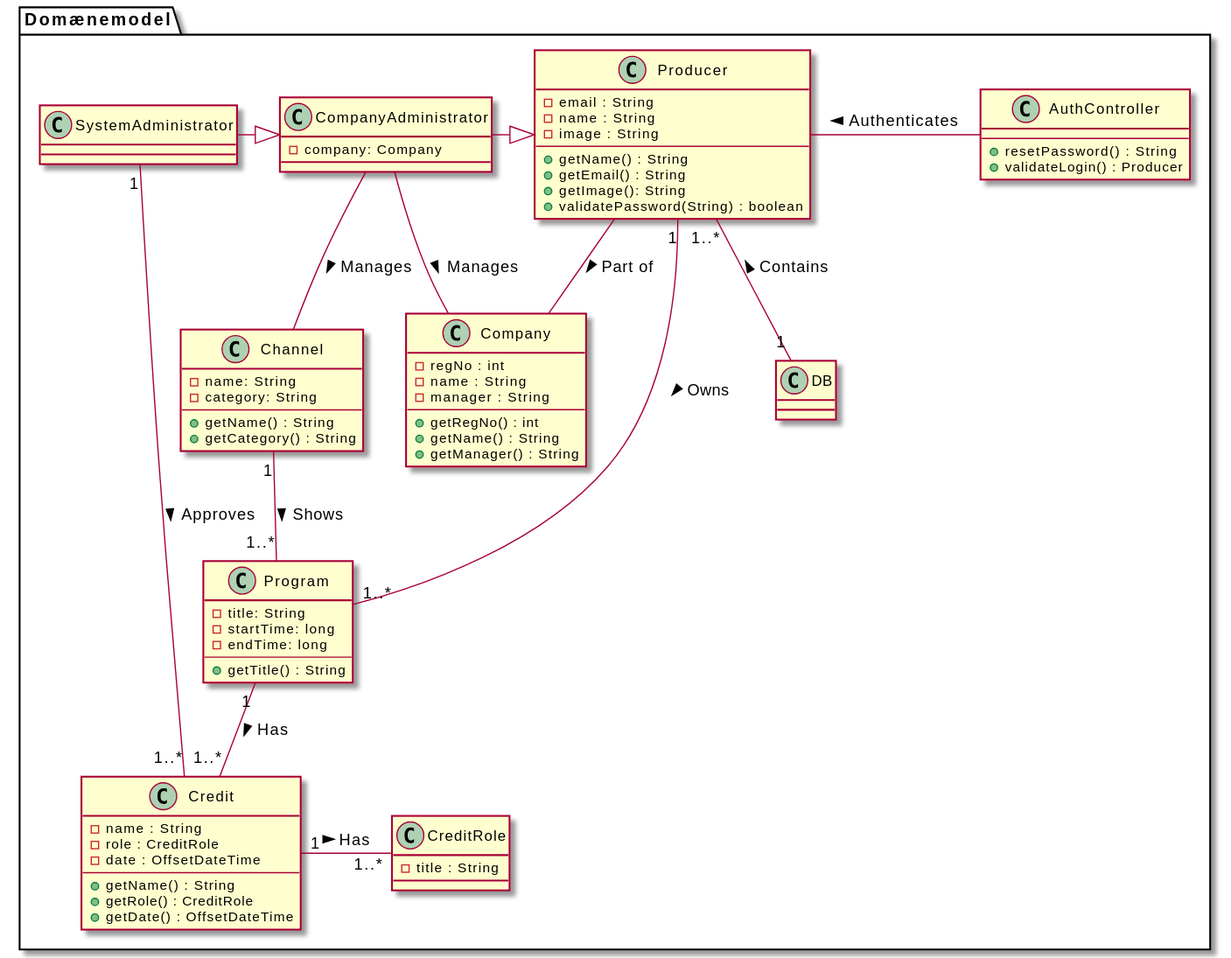
The PlantUML diagram uml/class_diagrams/domain_model/domain_model.svg in amatzen/SE02-SE-G02-SPRO, before a commit. Its diagram source:
```plantuml
@startuml

package "Domænemodel" {
    class Producer {
        - email : String
        - name : String
        - image : String
        --
        + getName() : String
        + getEmail() : String
        + getImage(): String
        + validatePassword(String) : boolean
    }

    class CompanyAdministrator {
        - company: Company
    }

    class SystemAdministrator {
    }

    class Company {
        - regNo : int
        - name : String
        - manager : String
        --
        + getRegNo() : int
        + getName() : String
        + getManager() : String
    }

    class Channel {
        - name: String
        - category: String
        --
        + getName() : String
        + getCategory() : String
    }

    class Program {
        - title: String
        -startTime: long
        -endTime: long
        --
        + getTitle() : String
    }

    class CreditRole {
        - title : String
    }


    class Credit {
        - name : String
        - role : CreditRole
        - date : OffsetDateTime
        --
        + getName() : String
        + getRole() : CreditRole
        + getDate() : OffsetDateTime
    }

    class AuthController {
        --
        + resetPassword() : String
        + validateLogin() : Producer
    }

    class DB {
    }
}

SystemAdministrator "1" -- "1..*" Credit : "Approves >"
SystemAdministrator -|> CompanyAdministrator

CompanyAdministrator -|> Producer
CompanyAdministrator -- Company : "Manages >"
CompanyAdministrator -- Channel : "Manages >"

Producer "1" -- "1..*" Program : "Owns >"
Producer - AuthController : "Authenticates <"
Producer -- Company : "Part of >"
Producer "1..*" -- "1" DB : "Contains <"

Channel "1" -- "1..*" Program : "Shows >"

Credit "1" - "1..*" CreditRole : "Has >"

Program "1" -- "1..*" Credit : "Has >"

@enduml
```
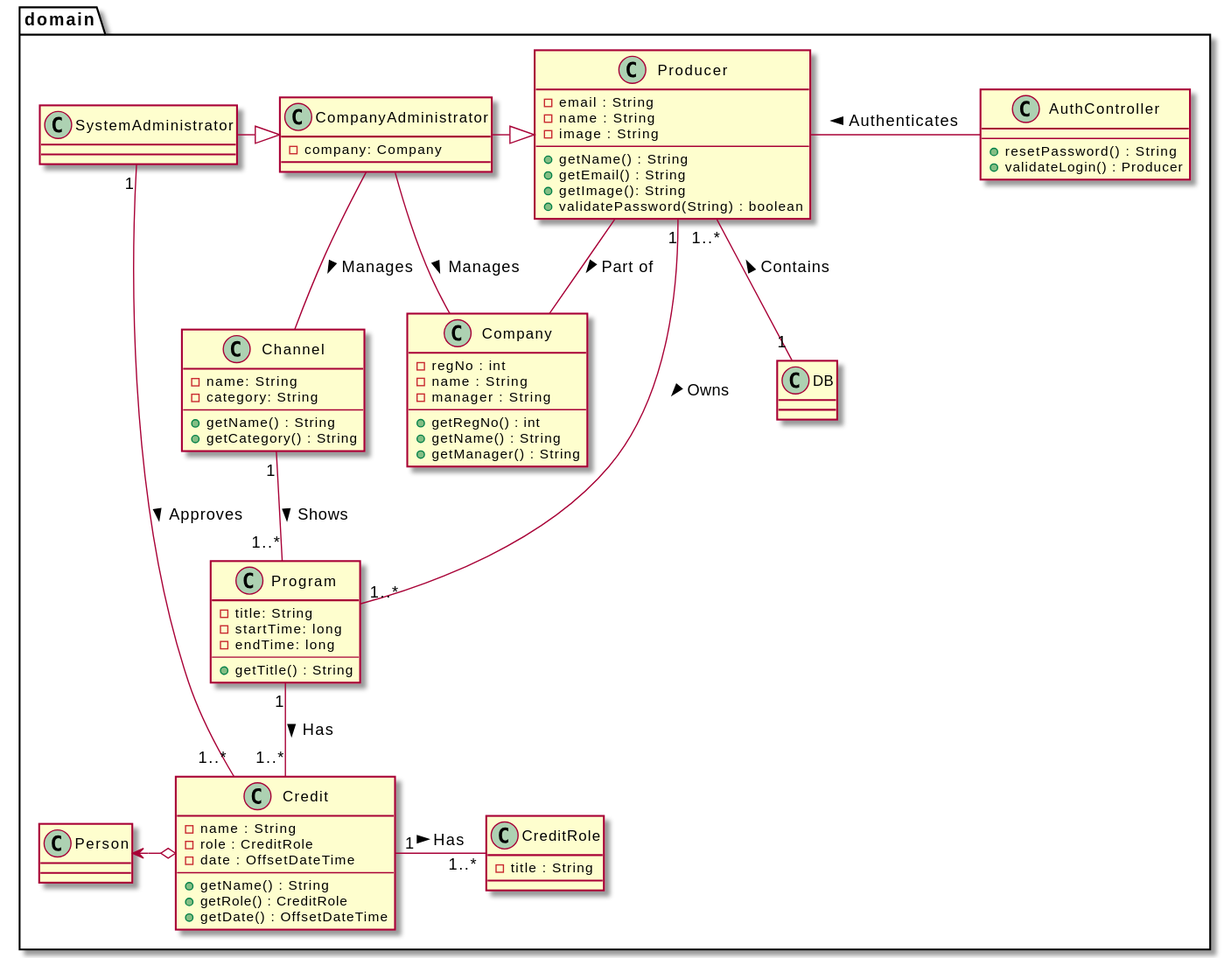
Above is the later version.

Diff of the diagram source:
```diff
@@ -1,6 +1,6 @@
 @startuml
 
-package "Domænemodel" {
+package "domain" {
     class Producer {
         - email : String
         - name : String
@@ -68,6 +68,9 @@
 
     class DB {
     }
+
+    class Person {
+    }
 }
 
 SystemAdministrator "1" -- "1..*" Credit : "Approves >"
@@ -88,4 +91,6 @@
 
 Program "1" -- "1..*" Credit : "Has >"
 
+Person <-o Credit
+
 @enduml
```
